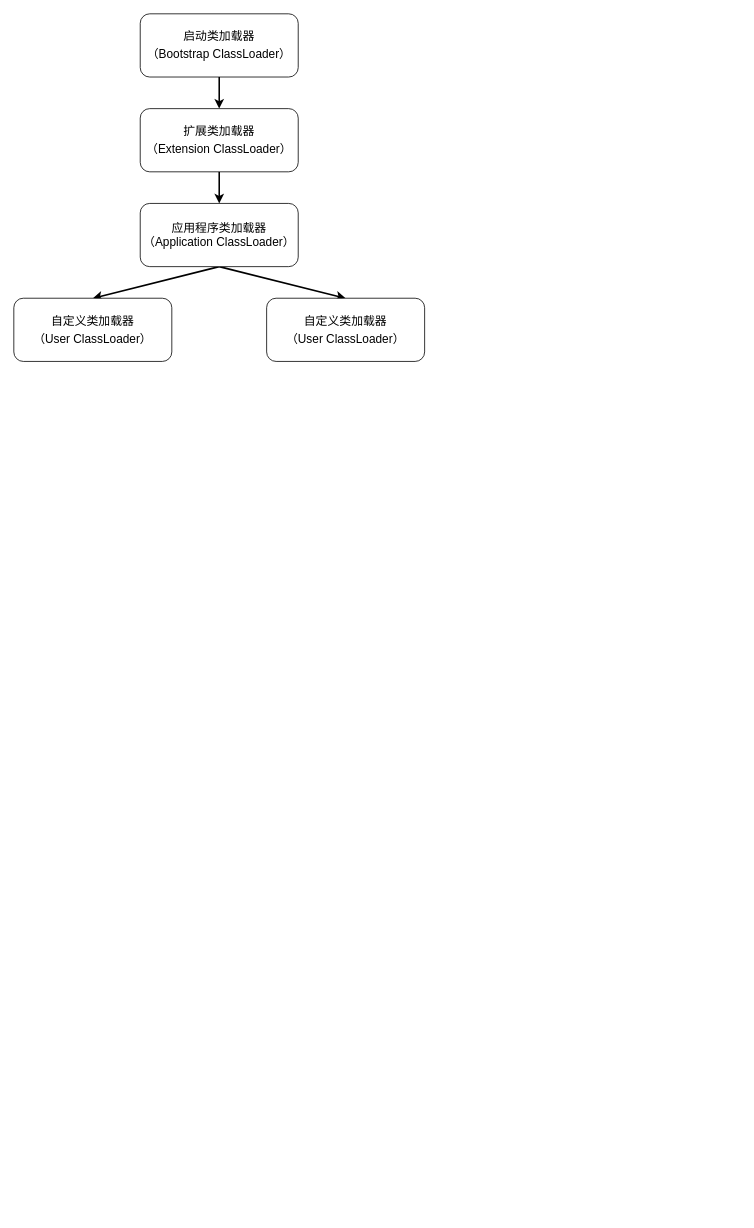
Above: 双亲委派机制/双亲委派机制.drawio in zero-97/picture-of-the-article (draw.io), before the change. Source tidied: cells renumbered, new cells numbered last; positions are measured from the earlier drawing's top-left corner, leaving out a move shared by most shapes. Both pictures are drawn from the tidied source at 79%, with x=0, y=0 at pixel (13, 13).
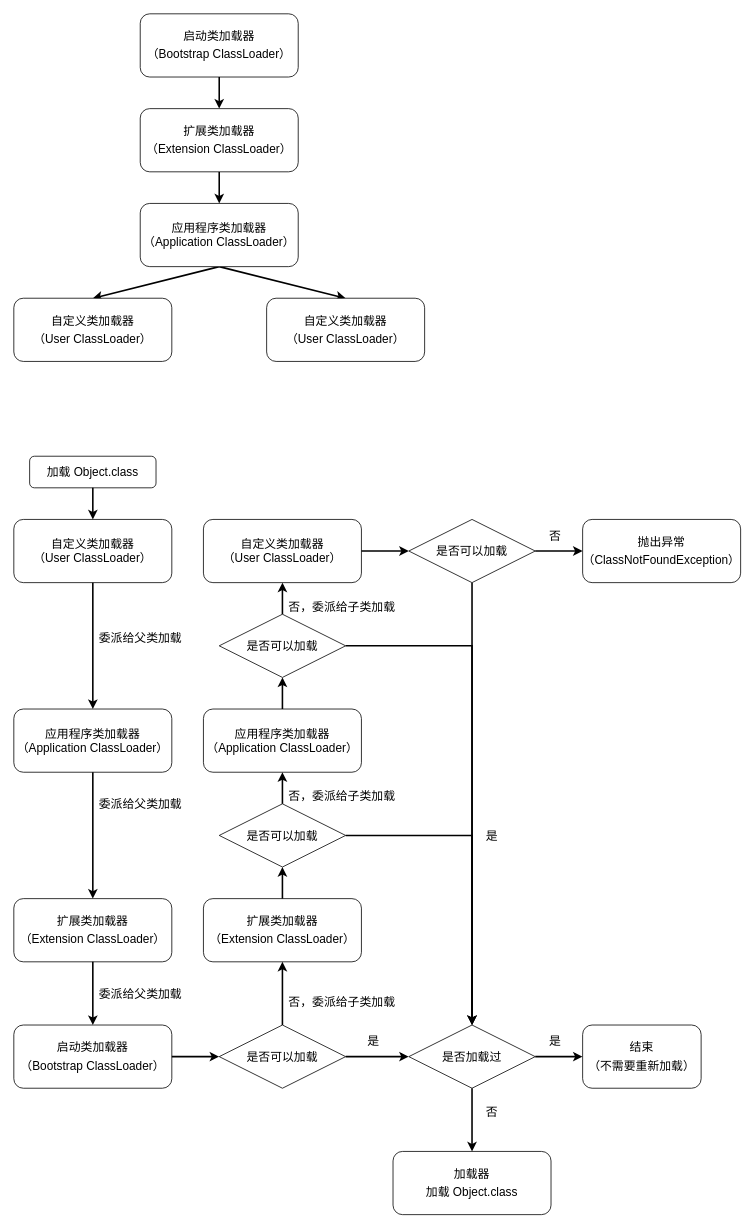
The same diagram, later.

Commit message (it also covers changes not shown here):
Update 双亲委派机制.drawio

What changed in the source:
```diff
@@
+    <mxCell id="11" style="group;" parent="1" vertex="1">
+      <mxGeometry y="560" width="900" height="960" as="geometry" />
+    </mxCell>
+    <mxCell id="12" value="加载 Object.class" style="rounded=1;whiteSpace=wrap;html=1;fontSize=15;" parent="11" vertex="1">
+      <mxGeometry x="20" width="160" height="40" as="geometry" />
+    </mxCell>
+    <mxCell id="13" value="&lt;div&gt;自定义类加载器&lt;/div&gt;&lt;div&gt;（User ClassLoader）&lt;/div&gt;" style="rounded=1;whiteSpace=wrap;html=1;fontSize=15;" parent="11" vertex="1">
+      <mxGeometry y="80" width="200" height="80" as="geometry" />
+    </mxCell>
+    <mxCell id="14" style="edgeStyle=none;rounded=0;jettySize=auto;html=1;fontSize=15;strokeWidth=2;" parent="11" edge="1" source="12" target="13">
+      <mxGeometry relative="1" as="geometry" />
+    </mxCell>
+    <mxCell id="15" value="是否加载过" style="rhombus;whiteSpace=wrap;html=1;fontSize=15;" parent="11" vertex="1">
+      <mxGeometry x="500" y="720" width="160" height="80" as="geometry" />
+    </mxCell>
+    <mxCell id="16" value="应用程序类加载器&lt;br&gt;（Application ClassLoader）" style="rounded=1;whiteSpace=wrap;html=1;fontSize=15;" parent="11" vertex="1">
+      <mxGeometry y="320" width="200" height="80" as="geometry" />
+    </mxCell>
+    <mxCell id="17" style="edgeStyle=none;rounded=0;jettySize=auto;html=1;fontSize=15;strokeWidth=2;" parent="11" edge="1" source="13" target="16">
+      <mxGeometry relative="1" as="geometry" />
+    </mxCell>
+    <mxCell id="18" value="&lt;p style=&quot;line-height: 1.5&quot;&gt;扩展类加载器&lt;br style=&quot;font-size: 15px&quot;&gt;（Extension ClassLoader）&lt;/p&gt;" style="rounded=1;whiteSpace=wrap;html=1;fontSize=15;" parent="11" vertex="1">
+      <mxGeometry y="560" width="200" height="80" as="geometry" />
+    </mxCell>
+    <mxCell id="19" style="edgeStyle=none;rounded=0;jettySize=auto;html=1;fontSize=15;strokeWidth=2;" parent="11" edge="1" source="16" target="18">
+      <mxGeometry relative="1" as="geometry" />
+    </mxCell>
+    <mxCell id="20" value="&lt;p style=&quot;line-height: 1.5&quot;&gt;启动类加载器&lt;br style=&quot;font-size: 15px&quot;&gt;（Bootstrap ClassLoader）&lt;/p&gt;" style="rounded=1;whiteSpace=wrap;html=1;fontSize=15;" parent="11" vertex="1">
+      <mxGeometry y="720" width="200" height="80" as="geometry" />
+    </mxCell>
+    <mxCell id="21" style="edgeStyle=orthogonalEdgeStyle;rounded=0;jettySize=auto;html=1;fontSize=15;strokeWidth=2;" parent="11" edge="1" source="18" target="20">
+      <mxGeometry relative="1" as="geometry">
+        <Array as="points">
+          <mxPoint x="100" y="760" />
+        </Array>
+      </mxGeometry>
+    </mxCell>
+    <mxCell id="22" value="委派给父类加载" style="text;html=1;align=center;verticalAlign=middle;strokeColor=none;fillColor=none;fontSize=15;" parent="11" vertex="1">
+      <mxGeometry x="100" y="220" width="120" height="20" as="geometry" />
+    </mxCell>
+    <mxCell id="23" value="委派给父类加载" style="text;html=1;align=center;verticalAlign=middle;strokeColor=none;fillColor=none;fontSize=15;" parent="11" vertex="1">
+      <mxGeometry x="100" y="430" width="120" height="20" as="geometry" />
+    </mxCell>
+    <mxCell id="24" value="委派给父类加载" style="text;html=1;align=center;verticalAlign=middle;strokeColor=none;fillColor=none;fontSize=15;" parent="11" vertex="1">
+      <mxGeometry x="100" y="670" width="120" height="20" as="geometry" />
+    </mxCell>
+    <mxCell id="25" value="&lt;p style=&quot;line-height: 1.5&quot;&gt;结束&lt;br style=&quot;font-size: 15px&quot;&gt;（不需要重新加载）&lt;/p&gt;" style="rounded=1;whiteSpace=wrap;html=1;fontSize=15;" parent="11" vertex="1">
+      <mxGeometry x="720" y="720" width="150" height="80" as="geometry" />
+    </mxCell>
+    <mxCell id="26" style="edgeStyle=none;rounded=0;jettySize=auto;html=1;fontSize=15;strokeWidth=2;" parent="11" edge="1" source="15" target="25">
+      <mxGeometry relative="1" as="geometry" />
+    </mxCell>
+    <mxCell id="27" value="是" style="text;html=1;align=center;verticalAlign=middle;strokeColor=none;fillColor=none;fontSize=15;" parent="11" vertex="1">
+      <mxGeometry x="670" y="730" width="30" height="20" as="geometry" />
+    </mxCell>
+    <mxCell id="28" value="&lt;p style=&quot;line-height: 1.5&quot;&gt;加载器&lt;br style=&quot;font-size: 15px&quot;&gt;加载 Object.class&lt;/p&gt;" style="rounded=1;whiteSpace=wrap;html=1;fontSize=15;" parent="11" vertex="1">
+      <mxGeometry x="480" y="880" width="200" height="80" as="geometry" />
+    </mxCell>
+    <mxCell id="29" style="edgeStyle=none;rounded=0;jettySize=auto;html=1;fontSize=15;strokeWidth=2;" parent="11" edge="1" source="15" target="28">
+      <mxGeometry relative="1" as="geometry" />
+    </mxCell>
+    <mxCell id="30" value="否" style="text;html=1;align=center;verticalAlign=middle;strokeColor=none;fillColor=none;fontSize=15;" parent="11" vertex="1">
+      <mxGeometry x="590" y="820" width="30" height="20" as="geometry" />
+    </mxCell>
+    <mxCell id="31" style="edgeStyle=none;rounded=0;jettySize=auto;html=1;fontSize=15;strokeWidth=2;" parent="11" edge="1" source="32" target="15">
+      <mxGeometry relative="1" as="geometry" />
+    </mxCell>
+    <mxCell id="32" value="是否可以加载" style="rhombus;whiteSpace=wrap;html=1;fontSize=15;" parent="11" vertex="1">
+      <mxGeometry x="260" y="720" width="160" height="80" as="geometry" />
+    </mxCell>
+    <mxCell id="33" style="edgeStyle=none;rounded=0;jettySize=auto;html=1;fontSize=15;strokeWidth=2;" parent="11" edge="1" source="20" target="32">
+      <mxGeometry relative="1" as="geometry" />
+    </mxCell>
+    <mxCell id="34" value="否，委派给子类加载" style="text;html=1;align=center;verticalAlign=middle;strokeColor=none;fillColor=none;fontSize=15;" parent="11" vertex="1">
+      <mxGeometry x="340" y="680" width="150" height="20" as="geometry" />
+    </mxCell>
+    <mxCell id="35" value="&lt;p style=&quot;line-height: 1.5&quot;&gt;扩展类加载器&lt;br style=&quot;font-size: 15px&quot;&gt;（Extension ClassLoader）&lt;/p&gt;" style="rounded=1;whiteSpace=wrap;html=1;fontSize=15;" parent="11" vertex="1">
+      <mxGeometry x="240" y="560" width="200" height="80" as="geometry" />
+    </mxCell>
+    <mxCell id="36" style="edgeStyle=orthogonalEdgeStyle;rounded=0;jettySize=auto;html=1;fontSize=15;strokeWidth=2;" parent="11" edge="1" source="32" target="35">
+      <mxGeometry relative="1" as="geometry" />
+    </mxCell>
+    <mxCell id="37" style="edgeStyle=orthogonalEdgeStyle;rounded=0;jettySize=auto;html=1;fontSize=15;strokeWidth=2;" parent="11" edge="1" source="38" target="15">
+      <mxGeometry relative="1" as="geometry" />
+    </mxCell>
+    <mxCell id="38" value="是否可以加载" style="rhombus;whiteSpace=wrap;html=1;fontSize=15;" parent="11" vertex="1">
+      <mxGeometry x="260" y="440" width="160" height="80" as="geometry" />
+    </mxCell>
+    <mxCell id="39" style="edgeStyle=orthogonalEdgeStyle;rounded=0;jettySize=auto;html=1;fontSize=15;strokeWidth=2;" parent="11" edge="1" source="35" target="38">
+      <mxGeometry relative="1" as="geometry" />
+    </mxCell>
+    <mxCell id="40" value="应用程序类加载器&lt;br&gt;（Application ClassLoader）" style="rounded=1;whiteSpace=wrap;html=1;fontSize=15;" parent="11" vertex="1">
+      <mxGeometry x="240" y="320" width="200" height="80" as="geometry" />
+    </mxCell>
+    <mxCell id="41" style="edgeStyle=orthogonalEdgeStyle;rounded=0;jettySize=auto;html=1;fontSize=15;strokeWidth=2;" parent="11" edge="1" source="38" target="40">
+      <mxGeometry relative="1" as="geometry" />
+    </mxCell>
+    <mxCell id="42" value="&lt;div&gt;自定义类加载器&lt;/div&gt;&lt;div&gt;（User ClassLoader）&lt;/div&gt;" style="rounded=1;whiteSpace=wrap;html=1;fontSize=15;" parent="11" vertex="1">
+      <mxGeometry x="240" y="80" width="200" height="80" as="geometry" />
+    </mxCell>
+    <mxCell id="43" style="edgeStyle=orthogonalEdgeStyle;rounded=0;jettySize=auto;html=1;fontSize=15;strokeWidth=2;" parent="11" edge="1" source="44" target="15">
+      <mxGeometry relative="1" as="geometry" />
+    </mxCell>
+    <mxCell id="44" value="是否可以加载" style="rhombus;whiteSpace=wrap;html=1;fontSize=15;" parent="11" vertex="1">
+      <mxGeometry x="260" y="200" width="160" height="80" as="geometry" />
+    </mxCell>
+    <mxCell id="45" style="edgeStyle=orthogonalEdgeStyle;rounded=0;jettySize=auto;html=1;fontSize=15;strokeWidth=2;" parent="11" edge="1" source="40" target="44">
+      <mxGeometry relative="1" as="geometry" />
+    </mxCell>
+    <mxCell id="46" style="edgeStyle=orthogonalEdgeStyle;rounded=0;jettySize=auto;html=1;fontSize=15;strokeWidth=2;" parent="11" edge="1" source="47" target="15">
+      <mxGeometry relative="1" as="geometry" />
+    </mxCell>
+    <mxCell id="47" value="是否可以加载" style="rhombus;whiteSpace=wrap;html=1;fontSize=15;" parent="11" vertex="1">
+      <mxGeometry x="500" y="80" width="160" height="80" as="geometry" />
+    </mxCell>
+    <mxCell id="48" style="edgeStyle=orthogonalEdgeStyle;rounded=0;jettySize=auto;html=1;fontSize=15;strokeWidth=2;" parent="11" edge="1" source="42" target="47">
+      <mxGeometry relative="1" as="geometry" />
+    </mxCell>
+    <mxCell id="49" value="否，委派给子类加载" style="text;html=1;align=center;verticalAlign=middle;strokeColor=none;fillColor=none;fontSize=15;" parent="11" vertex="1">
+      <mxGeometry x="340" y="420" width="150" height="20" as="geometry" />
+    </mxCell>
+    <mxCell id="50" style="edgeStyle=orthogonalEdgeStyle;rounded=0;jettySize=auto;html=1;fontSize=15;strokeWidth=2;" parent="11" edge="1" source="44" target="42">
+      <mxGeometry relative="1" as="geometry">
+        <Array as="points">
+          <mxPoint x="340" y="190" />
+          <mxPoint x="340" y="190" />
+        </Array>
+      </mxGeometry>
+    </mxCell>
+    <mxCell id="51" value="否，委派给子类加载" style="text;html=1;align=center;verticalAlign=middle;strokeColor=none;fillColor=none;fontSize=15;" parent="11" vertex="1">
+      <mxGeometry x="340" y="180" width="150" height="20" as="geometry" />
+    </mxCell>
+    <mxCell id="52" value="是" style="text;html=1;align=center;verticalAlign=middle;strokeColor=none;fillColor=none;fontSize=15;" parent="11" vertex="1">
+      <mxGeometry x="590" y="470" width="30" height="20" as="geometry" />
+    </mxCell>
+    <mxCell id="53" value="是" style="text;html=1;align=center;verticalAlign=middle;strokeColor=none;fillColor=none;fontSize=15;" parent="11" vertex="1">
+      <mxGeometry x="440" y="730" width="30" height="20" as="geometry" />
+    </mxCell>
+    <mxCell id="54" value="否" style="text;html=1;align=center;verticalAlign=middle;strokeColor=none;fillColor=none;fontSize=15;" parent="11" vertex="1">
+      <mxGeometry x="670" y="90" width="30" height="20" as="geometry" />
+    </mxCell>
+    <mxCell id="55" value="&lt;p style=&quot;line-height: 1.5&quot;&gt;抛出异常&lt;br style=&quot;font-size: 15px&quot;&gt;（ClassNotFoundException）&lt;/p&gt;" style="rounded=1;whiteSpace=wrap;html=1;fontSize=15;" parent="11" vertex="1">
+      <mxGeometry x="720" y="80" width="200" height="80" as="geometry" />
+    </mxCell>
+    <mxCell id="56" style="edgeStyle=orthogonalEdgeStyle;rounded=0;jettySize=auto;html=1;fontSize=15;strokeWidth=2;" parent="11" edge="1" source="47" target="55">
+      <mxGeometry relative="1" as="geometry" />
+    </mxCell>
```
